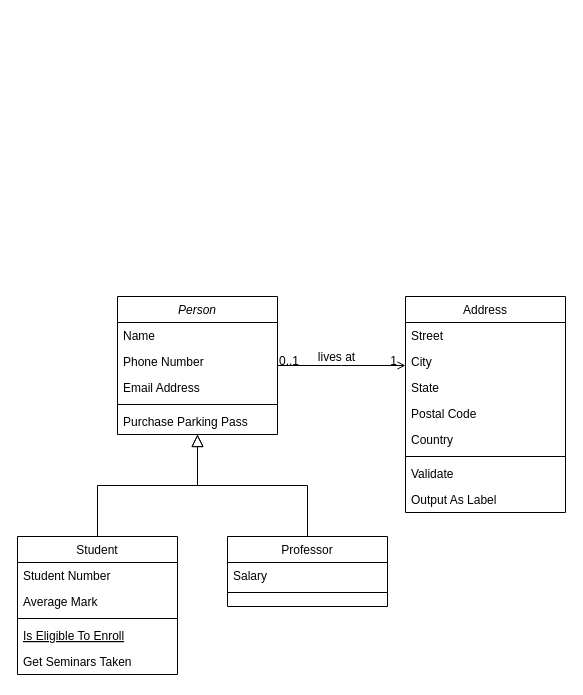
The draw.io diagram DemoClassDiagram.drawio in willdonlan8/test, before the edit. Source tidied: cells renumbered, new cells numbered last; positions are measured from the earlier drawing's top-left corner, leaving out a move shared by most shapes. Both pictures are drawn from the tidied source at 100%, with x=0, y=0 at pixel (17, 296).
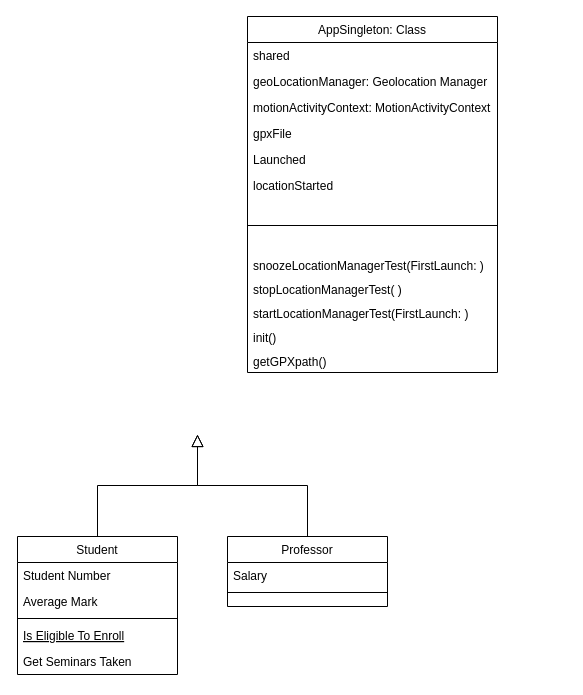
The same diagram, later.

The change refers to these unchanged cells:
```xml
<mxCell id="8" value="Student" style="swimlane;fontStyle=0;align=center;verticalAlign=top;horizontal=1;startSize=26;rounded=0;shadow=0;strokeWidth=1;" parent="1" vertex="1">
  <mxGeometry y="240" width="160" height="138" as="geometry" />
</mxCell>
<mxCell id="15" value="Professor" style="swimlane;fontStyle=0;align=center;verticalAlign=top;horizontal=1;startSize=26;rounded=0;shadow=0;strokeWidth=1;" parent="1" vertex="1">
  <mxGeometry x="210" y="240" width="160" height="70" as="geometry" />
</mxCell>
```

What changed in the source:
```diff
@@
-    <mxCell id="2" value="Person" style="swimlane;fontStyle=2;align=center;verticalAlign=top;horizontal=1;startSize=26;rounded=0;shadow=0;strokeWidth=1;" parent="1" vertex="1">
-      <mxGeometry x="100" width="160" height="138" as="geometry" />
-    </mxCell>
-    <mxCell id="3" value="Name" style="text;align=left;verticalAlign=top;spacingLeft=4;spacingRight=4;overflow=hidden;" parent="2" vertex="1">
-      <mxGeometry y="26" width="160" height="26" as="geometry" />
-    </mxCell>
-    <mxCell id="4" value="Phone Number" style="text;align=left;verticalAlign=top;spacingLeft=4;spacingRight=4;overflow=hidden;rounded=0;shadow=0;html=0;" parent="2" vertex="1">
-      <mxGeometry y="52" width="160" height="26" as="geometry" />
-    </mxCell>
-    <mxCell id="5" value="Email Address" style="text;align=left;verticalAlign=top;spacingLeft=4;spacingRight=4;overflow=hidden;rounded=0;shadow=0;html=0;" parent="2" vertex="1">
-      <mxGeometry y="78" width="160" height="26" as="geometry" />
-    </mxCell>
-    <mxCell id="6" style="line;html=1;strokeWidth=1;align=left;verticalAlign=middle;spacingTop=-1;spacingLeft=3;spacingRight=3;labelPosition=right;" parent="2" vertex="1">
-      <mxGeometry y="104" width="160" height="8" as="geometry" />
-    </mxCell>
-    <mxCell id="7" value="Purchase Parking Pass" style="text;align=left;verticalAlign=top;spacingLeft=4;spacingRight=4;overflow=hidden;" parent="2" vertex="1">
-      <mxGeometry y="112" width="160" height="26" as="geometry" />
-    </mxCell>
@@
-    <mxCell id="14" style="endArrow=block;endSize=10;endFill=0;shadow=0;strokeWidth=1;rounded=0;edgeStyle=elbowEdgeStyle;elbow=vertical;" parent="1" edge="1" source="8" target="2">
-      <mxGeometry relative="1" as="geometry" />
+    <mxCell id="14" style="endArrow=block;endSize=10;endFill=0;shadow=0;strokeWidth=1;rounded=0;edgeStyle=elbowEdgeStyle;elbow=vertical;" parent="1" edge="1" source="8">
+      <mxGeometry relative="1" as="geometry">
+        <mxPoint x="180" y="138" as="targetPoint" />
+      </mxGeometry>
     </mxCell>
@@
-    <mxCell id="18" style="endArrow=block;endSize=10;endFill=0;shadow=0;strokeWidth=1;rounded=0;edgeStyle=elbowEdgeStyle;elbow=vertical;" parent="1" edge="1" source="15" target="2">
-      <mxGeometry relative="1" as="geometry" />
+    <mxCell id="18" style="endArrow=block;endSize=10;endFill=0;shadow=0;strokeWidth=1;rounded=0;edgeStyle=elbowEdgeStyle;elbow=vertical;" parent="1" edge="1" source="15">
+      <mxGeometry relative="1" as="geometry">
+        <mxPoint x="180" y="138" as="targetPoint" />
+      </mxGeometry>
     </mxCell>
-    <mxCell id="19" value="Address" style="swimlane;fontStyle=0;align=center;verticalAlign=top;horizontal=1;startSize=26;rounded=0;shadow=0;strokeWidth=1;" parent="1" vertex="1">
-      <mxGeometry x="388" width="160" height="216" as="geometry" />
+    <mxCell id="19" value="AppSingleton: Class" style="swimlane;fontStyle=0;align=center;verticalAlign=top;horizontal=1;startSize=26;rounded=0;shadow=0;strokeWidth=1;" parent="1" vertex="1">
+      <mxGeometry x="230" y="-280" width="250" height="356" as="geometry" />
     </mxCell>
-    <mxCell id="20" value="Street" style="text;align=left;verticalAlign=top;spacingLeft=4;spacingRight=4;overflow=hidden;" parent="19" vertex="1">
-      <mxGeometry y="26" width="160" height="26" as="geometry" />
+    <mxCell id="20" value="shared&#10;" style="text;align=left;verticalAlign=top;spacingLeft=4;spacingRight=4;overflow=hidden;" parent="19" vertex="1">
+      <mxGeometry y="26" width="250" height="26" as="geometry" />
     </mxCell>
-    <mxCell id="21" value="City" style="text;align=left;verticalAlign=top;spacingLeft=4;spacingRight=4;overflow=hidden;rounded=0;shadow=0;html=0;" parent="19" vertex="1">
-      <mxGeometry y="52" width="160" height="26" as="geometry" />
+    <mxCell id="21" value="geoLocationManager: Geolocation Manager" style="text;align=left;verticalAlign=top;spacingLeft=4;spacingRight=4;overflow=hidden;rounded=0;shadow=0;html=0;" parent="19" vertex="1">
+      <mxGeometry y="52" width="250" height="26" as="geometry" />
     </mxCell>
-    <mxCell id="22" value="State" style="text;align=left;verticalAlign=top;spacingLeft=4;spacingRight=4;overflow=hidden;rounded=0;shadow=0;html=0;" parent="19" vertex="1">
-      <mxGeometry y="78" width="160" height="26" as="geometry" />
+    <mxCell id="22" value="motionActivityContext: MotionActivityContext" style="text;align=left;verticalAlign=top;spacingLeft=4;spacingRight=4;overflow=hidden;rounded=0;shadow=0;html=0;" parent="19" vertex="1">
+      <mxGeometry y="78" width="250" height="26" as="geometry" />
     </mxCell>
-    <mxCell id="23" value="Postal Code" style="text;align=left;verticalAlign=top;spacingLeft=4;spacingRight=4;overflow=hidden;rounded=0;shadow=0;html=0;" parent="19" vertex="1">
-      <mxGeometry y="104" width="160" height="26" as="geometry" />
+    <mxCell id="23" value="gpxFile" style="text;align=left;verticalAlign=top;spacingLeft=4;spacingRight=4;overflow=hidden;rounded=0;shadow=0;html=0;" parent="19" vertex="1">
+      <mxGeometry y="104" width="250" height="26" as="geometry" />
     </mxCell>
-    <mxCell id="24" value="Country" style="text;align=left;verticalAlign=top;spacingLeft=4;spacingRight=4;overflow=hidden;rounded=0;shadow=0;html=0;" parent="19" vertex="1">
-      <mxGeometry y="130" width="160" height="26" as="geometry" />
+    <mxCell id="24" value="Launched" style="text;align=left;verticalAlign=top;spacingLeft=4;spacingRight=4;overflow=hidden;rounded=0;shadow=0;html=0;" parent="19" vertex="1">
+      <mxGeometry y="130" width="250" height="26" as="geometry" />
     </mxCell>
+    <mxCell id="32" value="locationStarted" style="text;align=left;verticalAlign=top;spacingLeft=4;spacingRight=4;overflow=hidden;rounded=0;shadow=0;html=0;" parent="19" vertex="1">
+      <mxGeometry y="156" width="250" height="26" as="geometry" />
+    </mxCell>
     <mxCell id="25" style="line;html=1;strokeWidth=1;align=left;verticalAlign=middle;spacingTop=-1;spacingLeft=3;spacingRight=3;labelPosition=right;" parent="19" vertex="1">
-      <mxGeometry y="156" width="160" height="8" as="geometry" />
+      <mxGeometry y="182" width="250" height="54" as="geometry" />
     </mxCell>
-    <mxCell id="26" value="Validate" style="text;align=left;verticalAlign=top;spacingLeft=4;spacingRight=4;overflow=hidden;" parent="19" vertex="1">
-      <mxGeometry y="164" width="160" height="26" as="geometry" />
-    </mxCell>
-    <mxCell id="27" value="Output As Label" style="text;align=left;verticalAlign=top;spacingLeft=4;spacingRight=4;overflow=hidden;" parent="19" vertex="1">
-      <mxGeometry y="190" width="160" height="26" as="geometry" />
-    </mxCell>
-    <mxCell id="28" style="endArrow=open;shadow=0;strokeWidth=1;rounded=0;endFill=1;edgeStyle=elbowEdgeStyle;elbow=vertical;" parent="1" edge="1" source="2" target="19">
-      <mxGeometry x="0.5" y="41" relative="1" as="geometry">
-        <mxPoint x="-40" y="32" as="offset" />
-      </mxGeometry>
-    </mxCell>
-    <mxCell id="29" value="0..1" style="align=left;verticalAlign=bottom;labelBackgroundColor=none;fontSize=12;" parent="28" vertex="1">
-      <mxGeometry x="-1" relative="1" as="geometry">
-        <mxPoint y="4" as="offset" />
-      </mxGeometry>
-    </mxCell>
-    <mxCell id="30" value="1" style="align=right;verticalAlign=bottom;labelBackgroundColor=none;fontSize=12;" parent="28" vertex="1">
-      <mxGeometry x="1" relative="1" as="geometry">
-        <mxPoint x="-7" y="4" as="offset" />
-      </mxGeometry>
-    </mxCell>
-    <mxCell id="31" value="lives at" style="text;html=1;align=center;verticalAlign=middle;labelBackgroundColor=none;rounded=0;shadow=0;strokeWidth=1;fontSize=12;" parent="28" vertex="1">
-      <mxGeometry x="0.5" y="49" relative="1" as="geometry">
-        <mxPoint x="-38" y="40" as="offset" />
-      </mxGeometry>
-    </mxCell>
+    <mxCell id="33" value="snoozeLocationManagerTest(FirstLaunch: )" style="text;align=left;verticalAlign=top;spacingLeft=4;spacingRight=4;overflow=hidden;rounded=0;shadow=0;html=0;" parent="19" vertex="1">
+      <mxGeometry y="236" width="250" height="24" as="geometry" />
+    </mxCell>
+    <mxCell id="34" value="stopLocationManagerTest( )" style="text;align=left;verticalAlign=top;spacingLeft=4;spacingRight=4;overflow=hidden;rounded=0;shadow=0;html=0;" parent="19" vertex="1">
+      <mxGeometry y="260" width="250" height="24" as="geometry" />
+    </mxCell>
+    <mxCell id="35" value="startLocationManagerTest(FirstLaunch: )" style="text;align=left;verticalAlign=top;spacingLeft=4;spacingRight=4;overflow=hidden;rounded=0;shadow=0;html=0;" parent="19" vertex="1">
+      <mxGeometry y="284" width="250" height="24" as="geometry" />
+    </mxCell>
+    <mxCell id="36" value="init()" style="text;align=left;verticalAlign=top;spacingLeft=4;spacingRight=4;overflow=hidden;rounded=0;shadow=0;html=0;" parent="19" vertex="1">
+      <mxGeometry y="308" width="250" height="24" as="geometry" />
+    </mxCell>
+    <mxCell id="37" value="getGPXpath()" style="text;align=left;verticalAlign=top;spacingLeft=4;spacingRight=4;overflow=hidden;rounded=0;shadow=0;html=0;" parent="19" vertex="1">
+      <mxGeometry y="332" width="250" height="24" as="geometry" />
+    </mxCell>
```
